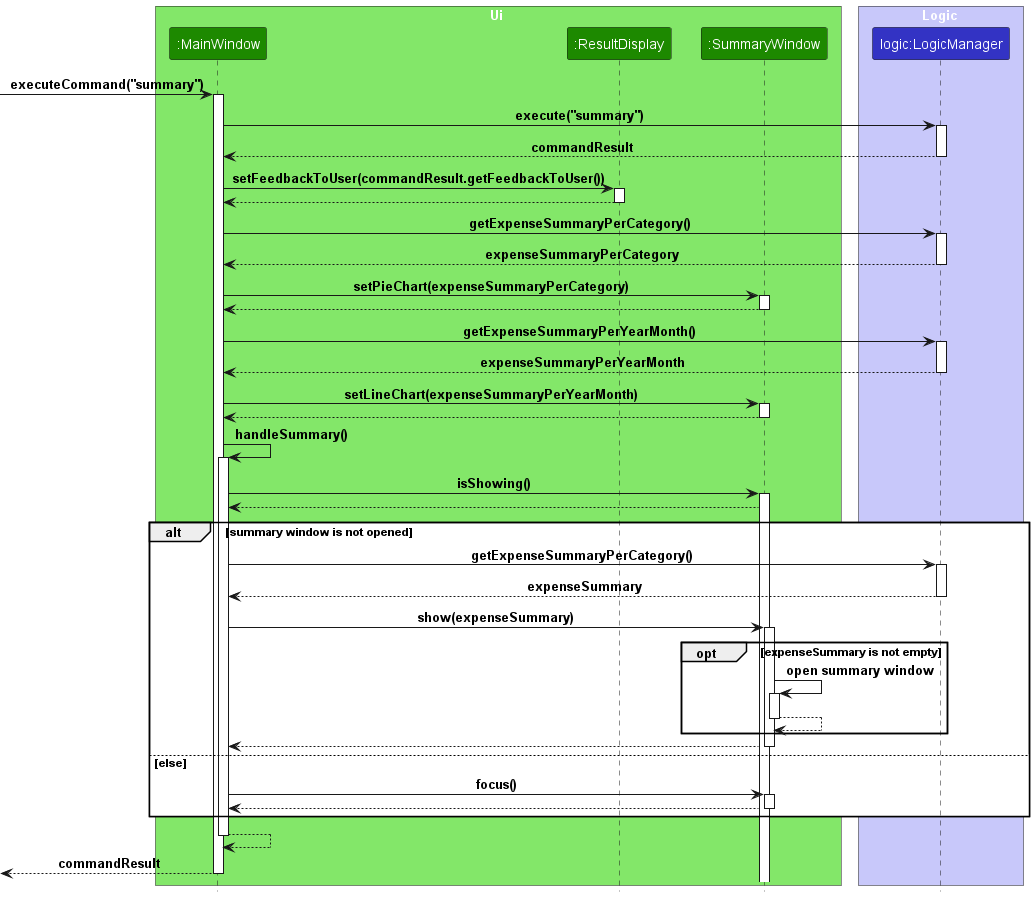
The PlantUML diagram docs/images/unicash/SummaryUiSequenceDiagram.png in woojiahao/tp, before a commit. Source of this version:
```plantuml
@startuml
!include ../style.puml

box Ui UI_COLOR_T1
participant ":MainWindow" as MainWindow UI_COLOR
participant ":ResultDisplay" as ResultDisplay UI_COLOR
participant ":SummaryWindow" as SummaryWindow UI_COLOR
end box

box Logic LOGIC_COLOR_T1
participant "logic:LogicManager" as LogicManager LOGIC_COLOR
end box

[-> MainWindow : executeCommand("summary")
activate MainWindow

MainWindow -> LogicManager : execute("summary")
activate LogicManager

LogicManager --> MainWindow : commandResult
deactivate LogicManager

MainWindow -> ResultDisplay : setFeedbackToUser(commandResult.getFeedbackToUser())
activate ResultDisplay

ResultDisplay --> MainWindow
deactivate ResultDisplay

MainWindow -> LogicManager : getExpenseSummaryPerCategory()
activate LogicManager

LogicManager --> MainWindow : expenseSummaryPerCategory
deactivate LogicManager

MainWindow -> SummaryWindow : setPieChart(expenseSummaryPerCategory)
activate SummaryWindow

SummaryWindow --> MainWindow
deactivate SummaryWindow

MainWindow -> LogicManager : getExpenseSummaryPerYearMonth()
activate LogicManager

LogicManager --> MainWindow : expenseSummaryPerYearMonth
deactivate LogicManager

MainWindow -> SummaryWindow : setLineChart(expenseSummaryPerYearMonth)
activate SummaryWindow

SummaryWindow --> MainWindow
deactivate SummaryWindow

MainWindow -> MainWindow : handleSummary()
activate MainWindow

MainWindow -> SummaryWindow : isShowing()
activate SummaryWindow

SummaryWindow --> MainWindow

alt summary window is not opened

    MainWindow -> LogicManager : getExpenseSummaryPerCategory()
    activate LogicManager

    LogicManager --> MainWindow : expenseSummary
    deactivate LogicManager

    MainWindow -> SummaryWindow : show(expenseSummary)
    activate SummaryWindow

    opt expenseSummary is not empty
        SummaryWindow -> SummaryWindow : open summary window
        activate SummaryWindow

        SummaryWindow --> SummaryWindow
        deactivate SummaryWindow
    end

    SummaryWindow --> MainWindow
    deactivate SummaryWindow

else else

    MainWindow -> SummaryWindow : focus()
    activate SummaryWindow

    SummaryWindow --> MainWindow
    deactivate SummaryWindow

end

MainWindow --> MainWindow
deactivate MainWindow

MainWindow -->[ : commandResult
deactivate MainWindow


@enduml
```
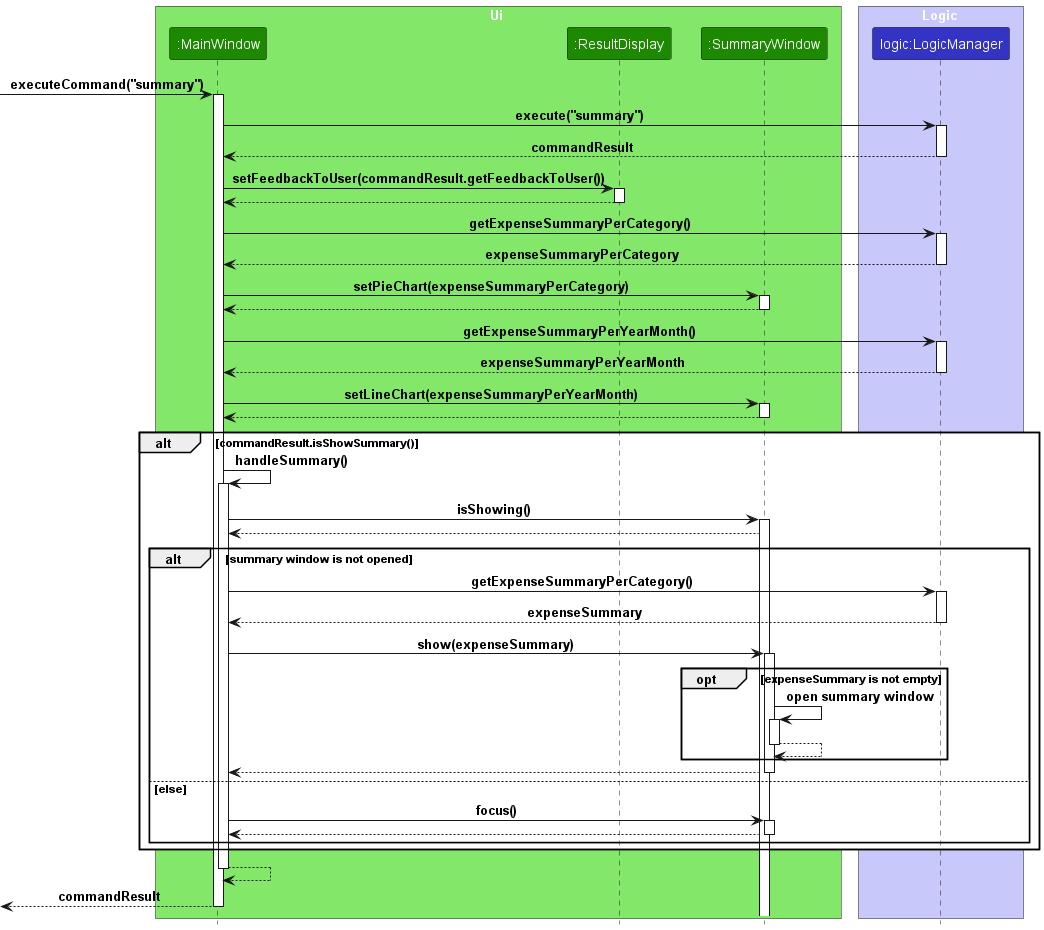
The same file after the commit.

What changed in the source:
```diff
@@ -50,43 +50,47 @@
 SummaryWindow --> MainWindow
 deactivate SummaryWindow
 
-MainWindow -> MainWindow : handleSummary()
-activate MainWindow
+alt commandResult.isShowSummary()
 
-MainWindow -> SummaryWindow : isShowing()
-activate SummaryWindow
+    MainWindow -> MainWindow : handleSummary()
+    activate MainWindow
 
-SummaryWindow --> MainWindow
-
-alt summary window is not opened
-
-    MainWindow -> LogicManager : getExpenseSummaryPerCategory()
-    activate LogicManager
-
-    LogicManager --> MainWindow : expenseSummary
-    deactivate LogicManager
-
-    MainWindow -> SummaryWindow : show(expenseSummary)
-    activate SummaryWindow
-
-    opt expenseSummary is not empty
-        SummaryWindow -> SummaryWindow : open summary window
-        activate SummaryWindow
-
-        SummaryWindow --> SummaryWindow
-        deactivate SummaryWindow
-    end
-
-    SummaryWindow --> MainWindow
-    deactivate SummaryWindow
-
-else else
-
-    MainWindow -> SummaryWindow : focus()
+    MainWindow -> SummaryWindow : isShowing()
     activate SummaryWindow
 
     SummaryWindow --> MainWindow
-    deactivate SummaryWindow
+
+    alt summary window is not opened
+
+        MainWindow -> LogicManager : getExpenseSummaryPerCategory()
+        activate LogicManager
+
+        LogicManager --> MainWindow : expenseSummary
+        deactivate LogicManager
+
+        MainWindow -> SummaryWindow : show(expenseSummary)
+        activate SummaryWindow
+
+        opt expenseSummary is not empty
+            SummaryWindow -> SummaryWindow : open summary window
+            activate SummaryWindow
+
+            SummaryWindow --> SummaryWindow
+            deactivate SummaryWindow
+        end
+
+        SummaryWindow --> MainWindow
+        deactivate SummaryWindow
+
+    else else
+
+        MainWindow -> SummaryWindow : focus()
+        activate SummaryWindow
+
+        SummaryWindow --> MainWindow
+        deactivate SummaryWindow
+
+    end
 
 end
 
```
